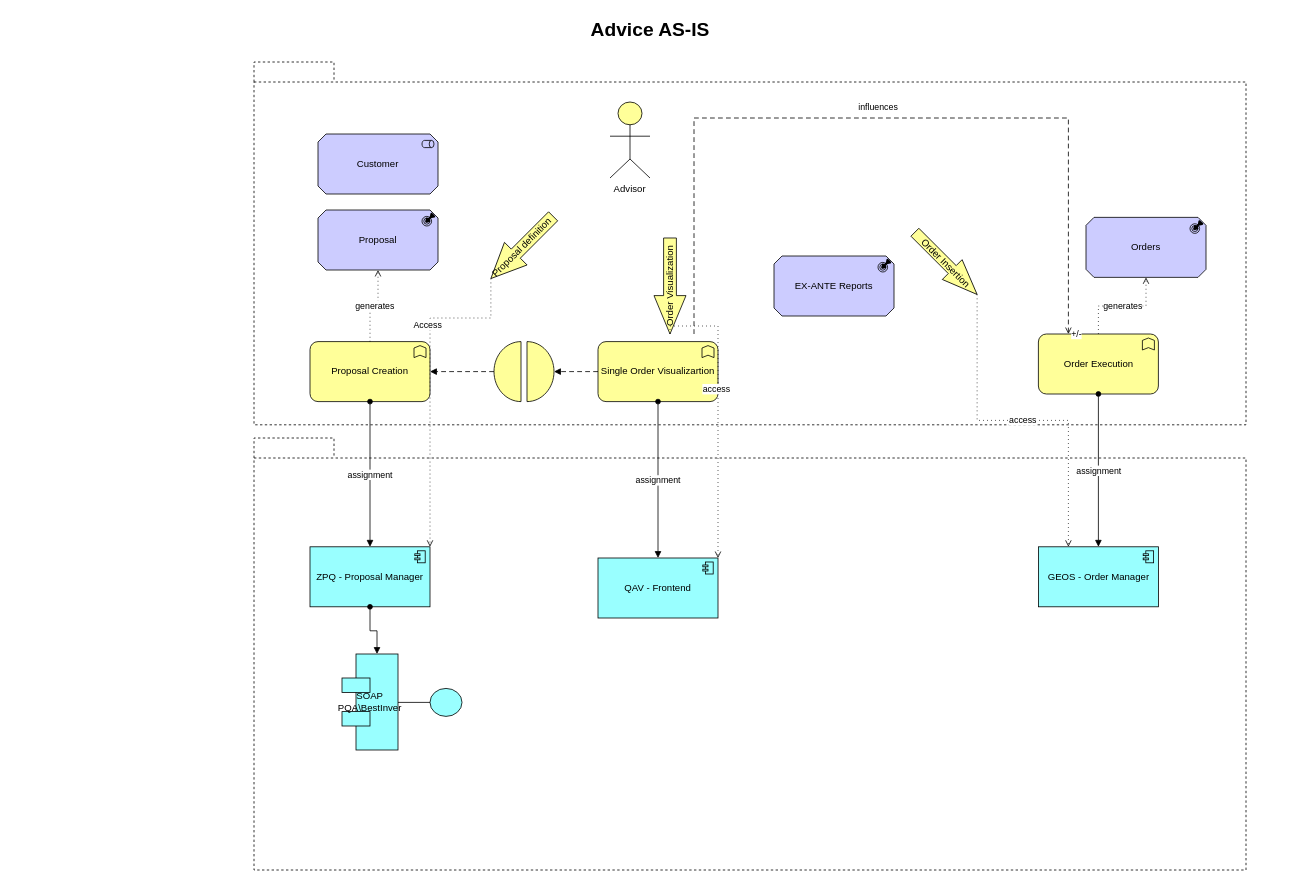
The draw.io diagram desing/Untitled Diagram.drawio in marcogenovaunicredit/adv-ba-process, before the edit. Source tidied: cells renumbered, new cells numbered last; positions are measured from the earlier drawing's top-left corner, leaving out a move shared by most shapes. Both pictures are drawn from the tidied source at 80%, with x=0, y=0 at pixel (14, 14).
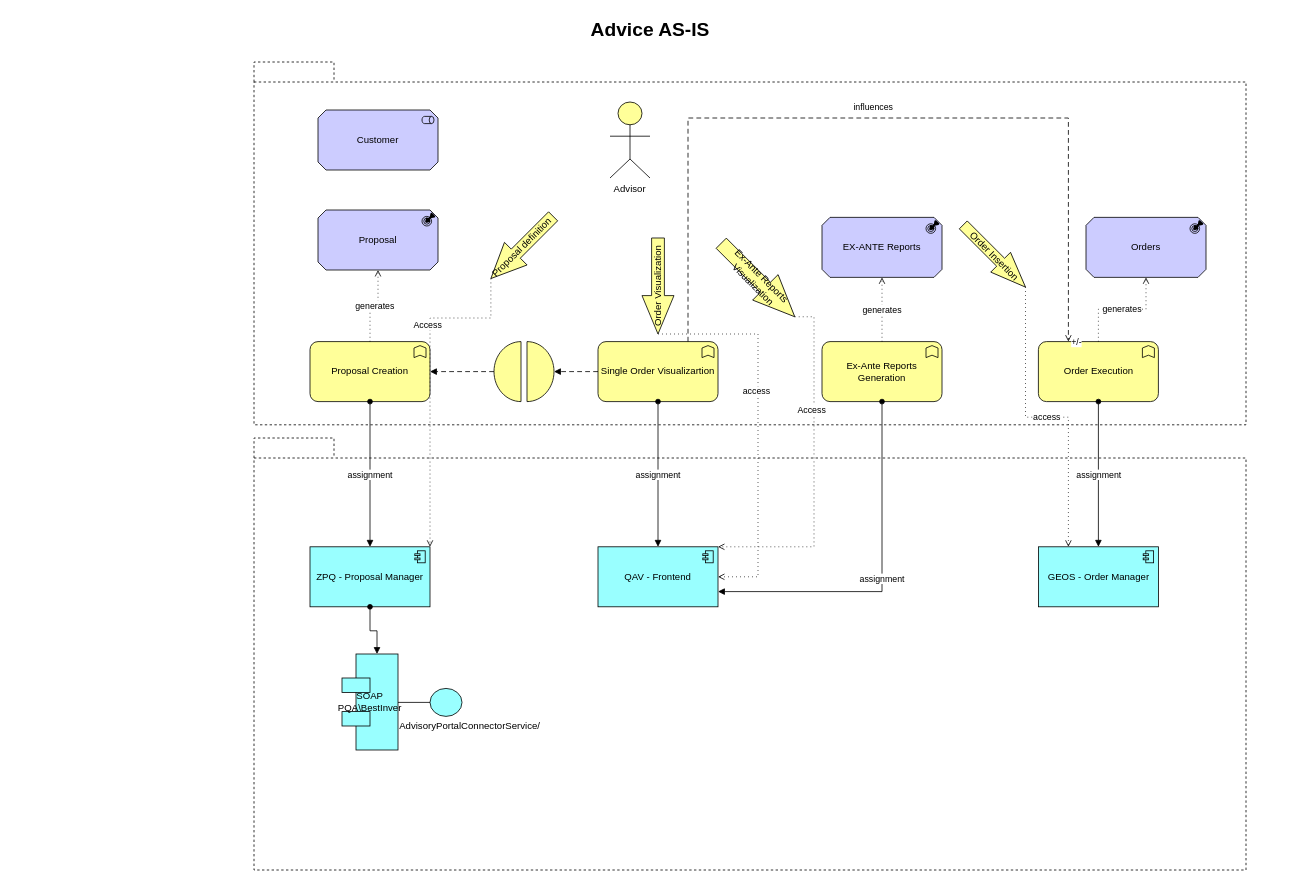
The same page after the edit.

Commit message:
reviewed the place of the blocks

The change refers to these unchanged cells:
```xml
<mxCell id="7" value="Single Order Visualizartion" style="html=1;outlineConnect=0;whiteSpace=wrap;fillColor=#ffff99;shape=mxgraph.archimate3.application;appType=func;archiType=rounded;" parent="1" vertex="1">
  <mxGeometry x="730" y="409.5" width="150" height="75" as="geometry" />
</mxCell>
```

Diff of the diagram source:
```diff
@@
     <mxCell id="9" value="Order Visualization" style="html=1;outlineConnect=0;whiteSpace=wrap;fillColor=#ffff99;shape=mxgraph.archimate3.process;direction=west;rotation=-90;" parent="1" vertex="1">
-      <mxGeometry x="760" y="320" width="120" height="40" as="geometry" />
+      <mxGeometry x="745" y="320" width="120" height="40" as="geometry" />
     </mxCell>
     <mxCell id="10" value="Order Execution" style="html=1;outlineConnect=0;whiteSpace=wrap;fillColor=#ffff99;shape=mxgraph.archimate3.application;appType=func;archiType=rounded;" parent="1" vertex="1">
-      <mxGeometry x="1280.5" y="400" width="150" height="75" as="geometry" />
+      <mxGeometry x="1280.5" y="409.5" width="150" height="75" as="geometry" />
     </mxCell>
     <mxCell id="11" value="Order Insertion" style="html=1;outlineConnect=0;whiteSpace=wrap;fillColor=#ffff99;shape=mxgraph.archimate3.process;rotation=45;" parent="1" vertex="1">
-      <mxGeometry x="1110" y="294.2" width="110" height="35" as="geometry" />
+      <mxGeometry x="1170.5" y="285" width="110" height="35" as="geometry" />
     </mxCell>
@@
     <mxCell id="13" value="QAV - Frontend" style="html=1;outlineConnect=0;whiteSpace=wrap;fillColor=#99ffff;shape=mxgraph.archimate3.application;appType=comp;archiType=square;" parent="1" vertex="1">
-      <mxGeometry x="730" y="680" width="150" height="75" as="geometry" />
+      <mxGeometry x="730" y="666" width="150" height="75" as="geometry" />
     </mxCell>
@@
-    <mxCell id="18" style="edgeStyle=elbowEdgeStyle;html=1;endArrow=open;elbow=vertical;endFill=0;dashed=1;dashPattern=1 4;rounded=0;entryX=1;entryY=0;entryDx=0;entryDy=0;entryPerimeter=0;exitX=1;exitY=0.5;exitDx=0;exitDy=0;exitPerimeter=0;" parent="1" edge="1" source="9" target="13">
+    <mxCell id="18" style="edgeStyle=elbowEdgeStyle;html=1;endArrow=open;elbow=vertical;endFill=0;dashed=1;dashPattern=1 4;rounded=0;entryX=1;entryY=0.5;entryDx=0;entryDy=0;entryPerimeter=0;exitX=1;exitY=0.5;exitDx=0;exitDy=0;exitPerimeter=0;" parent="1" edge="1" source="9" target="13">
       <mxGeometry relative="1" as="geometry">
         <Array as="points">
+          <mxPoint x="930" y="410" />
           <mxPoint x="870" y="390" />
         </Array>
       </mxGeometry>
     </mxCell>
@@
     <mxCell id="21" value="Customer" style="html=1;whiteSpace=wrap;fillColor=#CCCCFF;shape=mxgraph.archimate3.application;appType=role;archiType=oct;" parent="1" vertex="1">
-      <mxGeometry x="380" y="150" width="150" height="75" as="geometry" />
+      <mxGeometry x="380" y="120" width="150" height="75" as="geometry" />
     </mxCell>
@@
-    <mxCell id="29" value="+/-" style="edgeStyle=elbowEdgeStyle;html=1;endArrow=open;elbow=vertical;endFill=0;dashed=1;dashPattern=6 4;rounded=0;entryX=0.25;entryY=0;entryDx=0;entryDy=0;entryPerimeter=0;" parent="1" edge="1" target="10">
+    <mxCell id="29" value="+/-" style="edgeStyle=elbowEdgeStyle;html=1;endArrow=open;elbow=vertical;endFill=0;dashed=1;dashPattern=6 4;rounded=0;entryX=0.25;entryY=0;entryDx=0;entryDy=0;entryPerimeter=0;exitX=0.75;exitY=0;exitDx=0;exitDy=0;exitPerimeter=0;" parent="1" edge="1" source="7" target="10">
       <mxGeometry x="1" y="10" relative="1" as="geometry">
-        <mxPoint x="850" y="400" as="sourcePoint" />
         <Array as="points">
           <mxPoint x="1020" y="130" />
           <mxPoint x="1010" y="370" />
           <mxPoint x="1020" y="420" />
         </Array>
       </mxGeometry>
     </mxCell>
@@
     <mxCell id="31" value="EX-ANTE Reports" style="html=1;outlineConnect=0;whiteSpace=wrap;fillColor=#CCCCFF;shape=mxgraph.archimate3.application;appType=outcome;archiType=oct;" parent="1" vertex="1">
-      <mxGeometry x="950" y="302.5" width="150" height="75" as="geometry" />
+      <mxGeometry x="1010" y="254.2" width="150" height="75" as="geometry" />
     </mxCell>
@@
+    <mxCell id="37" value="AdvisoryPortalConnectorService/" style="text;html=1;strokeColor=none;fillColor=none;align=center;verticalAlign=middle;whiteSpace=wrap;rounded=0;" parent="1" vertex="1">
+      <mxGeometry x="440" y="870" width="260" height="40" as="geometry" />
+    </mxCell>
+    <mxCell id="38" value="Ex-Ante Reports&lt;br&gt;Generation" style="html=1;outlineConnect=0;whiteSpace=wrap;fillColor=#ffff99;shape=mxgraph.archimate3.application;appType=func;archiType=rounded;" parent="1" vertex="1">
+      <mxGeometry x="1010" y="409.5" width="150" height="75" as="geometry" />
+    </mxCell>
+    <mxCell id="39" value="assignment" style="endArrow=block;html=1;endFill=1;startArrow=oval;startFill=1;edgeStyle=elbowEdgeStyle;elbow=vertical;rounded=0;entryX=1;entryY=0.75;entryDx=0;entryDy=0;entryPerimeter=0;" parent="1" edge="1" source="38" target="13">
+      <mxGeometry relative="1" as="geometry">
+        <Array as="points">
+          <mxPoint x="980" y="722" />
+        </Array>
+      </mxGeometry>
+    </mxCell>
+    <mxCell id="40" value="Ex-Ante Reports Visualization" style="html=1;outlineConnect=0;whiteSpace=wrap;fillColor=#ffff99;shape=mxgraph.archimate3.process;rotation=45;" parent="1" vertex="1">
+      <mxGeometry x="865" y="310" width="130" height="45" as="geometry" />
+    </mxCell>
+    <mxCell id="41" value="generates" style="edgeStyle=elbowEdgeStyle;html=1;endArrow=open;elbow=vertical;endFill=0;dashed=1;dashPattern=1 4;rounded=0;exitX=0.5;exitY=0;exitDx=0;exitDy=0;exitPerimeter=0;" parent="1" edge="1" source="38" target="31">
+      <mxGeometry relative="1" as="geometry" />
+    </mxCell>
+    <mxCell id="42" style="edgeStyle=elbowEdgeStyle;html=1;endArrow=open;elbow=vertical;endFill=0;dashed=1;dashPattern=1 4;rounded=0;exitX=1;exitY=0.5;exitDx=0;exitDy=0;exitPerimeter=0;entryX=1;entryY=0;entryDx=0;entryDy=0;entryPerimeter=0;" parent="1" edge="1" source="40" target="13">
+      <mxGeometry relative="1" as="geometry">
+        <Array as="points">
+          <mxPoint x="1000" y="520" />
+        </Array>
+      </mxGeometry>
+    </mxCell>
+    <mxCell id="43" value="Access" style="edgeLabel;html=1;align=center;verticalAlign=middle;" parent="42" vertex="1">
+      <mxGeometry x="-0.35" y="-4" relative="1" as="geometry" />
+    </mxCell>
```
